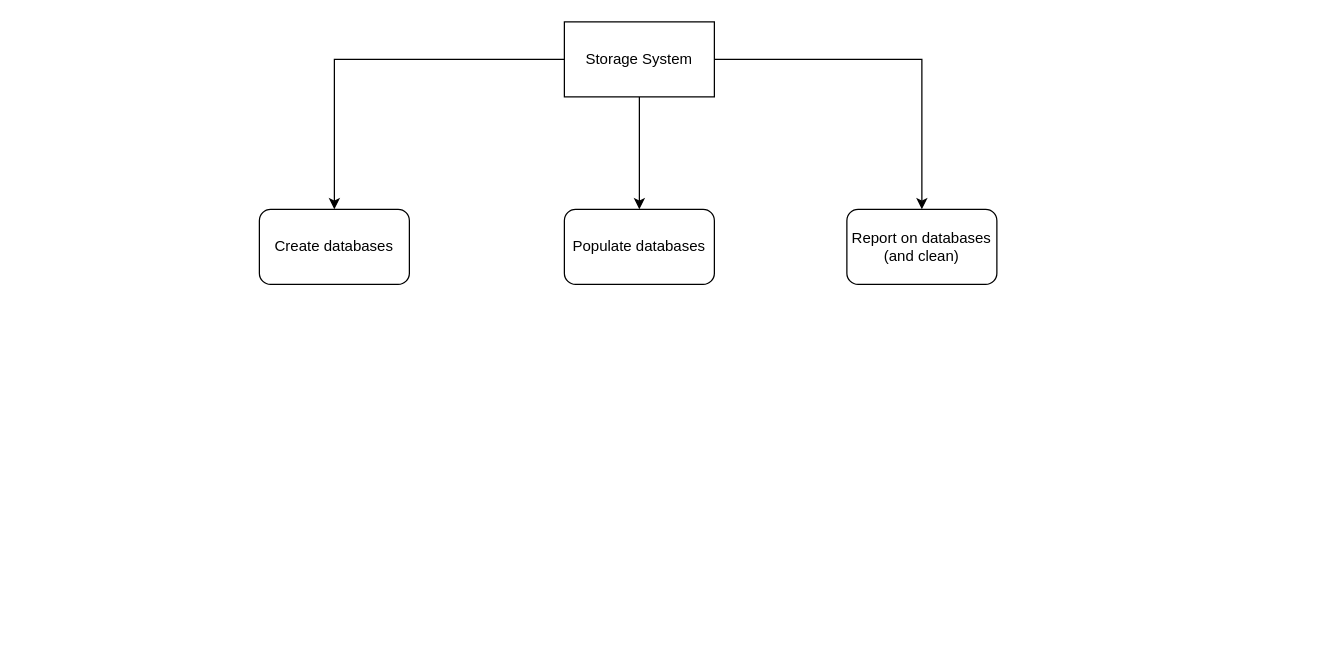
samina-bibi/DBAnalytics_ver03 keeps this draw.io diagram as StorageSystemVIP.drawio. Above is the earlier version. Source tidied: cells renumbered, new cells numbered last; positions are measured from the earlier drawing's top-left corner, leaving out a move shared by most shapes. Both pictures are drawn from the tidied source at 125%, with x=0, y=0 at pixel (259, 21).
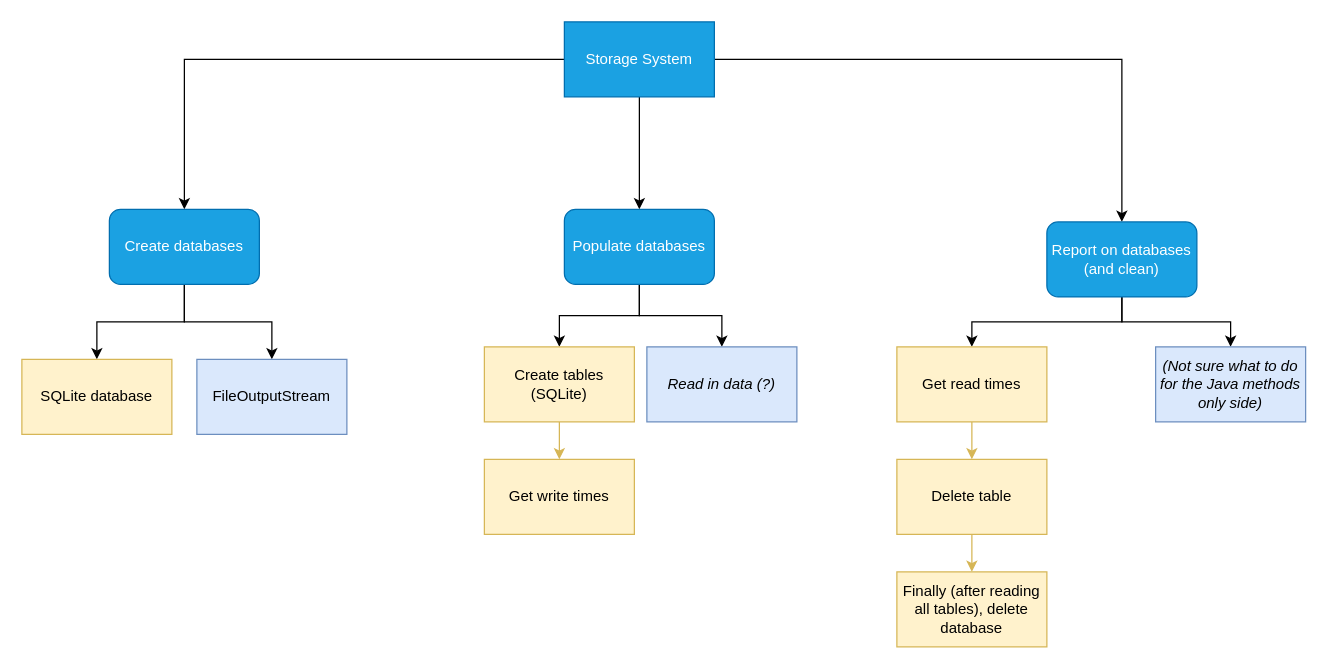
The same page after the edit.

What changed in the source:
```diff
@@
-    <mxCell id="5" value="Storage System" style="rounded=0;whiteSpace=wrap;html=1;" parent="1" vertex="1">
+    <mxCell id="5" value="Storage System" style="rounded=0;whiteSpace=wrap;html=1;fillColor=#1ba1e2;fontColor=#ffffff;strokeColor=#006EAF;" parent="1" vertex="1">
       <mxGeometry x="244" width="120" height="60" as="geometry" />
     </mxCell>
+    <mxCell id="9" style="edgeStyle=orthogonalEdgeStyle;rounded=0;jettySize=auto;html=1;" parent="1" edge="1" source="6" target="15">
+      <mxGeometry relative="1" as="geometry" />
+    </mxCell>
+    <mxCell id="10" style="edgeStyle=orthogonalEdgeStyle;rounded=0;jettySize=auto;html=1;" parent="1" edge="1" source="6" target="16">
+      <mxGeometry relative="1" as="geometry" />
+    </mxCell>
-    <mxCell id="6" value="Create databases" style="rounded=1;whiteSpace=wrap;html=1;" parent="1" vertex="1">
-      <mxGeometry y="150" width="120" height="60" as="geometry" />
+    <mxCell id="6" value="Create databases" style="rounded=1;whiteSpace=wrap;html=1;fillColor=#1ba1e2;fontColor=#ffffff;strokeColor=#006EAF;" parent="1" vertex="1">
+      <mxGeometry x="-120" y="150" width="120" height="60" as="geometry" />
     </mxCell>
+    <mxCell id="11" style="edgeStyle=orthogonalEdgeStyle;rounded=0;jettySize=auto;html=1;entryX=0.5;entryY=0;entryDx=0;entryDy=0;" parent="1" edge="1" source="7" target="18">
+      <mxGeometry relative="1" as="geometry" />
+    </mxCell>
+    <mxCell id="12" style="edgeStyle=orthogonalEdgeStyle;rounded=0;jettySize=auto;html=1;" parent="1" edge="1" source="7" target="19">
+      <mxGeometry relative="1" as="geometry" />
+    </mxCell>
-    <mxCell id="7" value="Populate databases" style="rounded=1;whiteSpace=wrap;html=1;" parent="1" vertex="1">
+    <mxCell id="7" value="Populate databases" style="rounded=1;whiteSpace=wrap;html=1;fillColor=#1ba1e2;fontColor=#ffffff;strokeColor=#006EAF;" parent="1" vertex="1">
       <mxGeometry x="244" y="150" width="120" height="60" as="geometry" />
     </mxCell>
+    <mxCell id="13" style="edgeStyle=orthogonalEdgeStyle;rounded=0;jettySize=auto;html=1;" parent="1" edge="1" source="8" target="21">
+      <mxGeometry relative="1" as="geometry" />
+    </mxCell>
+    <mxCell id="14" style="edgeStyle=orthogonalEdgeStyle;rounded=0;jettySize=auto;html=1;" parent="1" edge="1" source="8" target="26">
+      <mxGeometry relative="1" as="geometry" />
+    </mxCell>
-    <mxCell id="8" value="Report on databases (and clean)" style="rounded=1;whiteSpace=wrap;html=1;" parent="1" vertex="1">
-      <mxGeometry x="470" y="150" width="120" height="60" as="geometry" />
+    <mxCell id="8" value="Report on databases (and clean)" style="rounded=1;whiteSpace=wrap;html=1;fillColor=#1ba1e2;fontColor=#ffffff;strokeColor=#006EAF;" parent="1" vertex="1">
+      <mxGeometry x="630" y="160" width="120" height="60" as="geometry" />
     </mxCell>
+    <mxCell id="15" value="SQLite database" style="rounded=0;whiteSpace=wrap;html=1;fillColor=#fff2cc;strokeColor=#d6b656;" parent="1" vertex="1">
+      <mxGeometry x="-190" y="270" width="120" height="60" as="geometry" />
+    </mxCell>
+    <mxCell id="16" value="FileOutputStream" style="rounded=0;whiteSpace=wrap;html=1;fillColor=#dae8fc;strokeColor=#6c8ebf;" parent="1" vertex="1">
+      <mxGeometry x="-50" y="270" width="120" height="60" as="geometry" />
+    </mxCell>
+    <mxCell id="17" style="edgeStyle=orthogonalEdgeStyle;rounded=0;jettySize=auto;html=1;fillColor=#fff2cc;strokeColor=#d6b656;" parent="1" edge="1" source="18" target="22">
+      <mxGeometry relative="1" as="geometry" />
+    </mxCell>
+    <mxCell id="18" value="Create tables (SQLite)" style="rounded=0;whiteSpace=wrap;html=1;fillColor=#fff2cc;strokeColor=#d6b656;" parent="1" vertex="1">
+      <mxGeometry x="180" y="260" width="120" height="60" as="geometry" />
+    </mxCell>
+    <mxCell id="19" value="&lt;i&gt;Read in data (?)&lt;/i&gt;" style="rounded=0;whiteSpace=wrap;html=1;fillColor=#dae8fc;strokeColor=#6c8ebf;" parent="1" vertex="1">
+      <mxGeometry x="310" y="260" width="120" height="60" as="geometry" />
+    </mxCell>
+    <mxCell id="20" style="edgeStyle=orthogonalEdgeStyle;rounded=0;jettySize=auto;html=1;fillColor=#fff2cc;strokeColor=#d6b656;" parent="1" edge="1" source="21" target="24">
+      <mxGeometry relative="1" as="geometry" />
+    </mxCell>
+    <mxCell id="21" value="Get read times" style="rounded=0;whiteSpace=wrap;html=1;fillColor=#fff2cc;strokeColor=#d6b656;" parent="1" vertex="1">
+      <mxGeometry x="510" y="260" width="120" height="60" as="geometry" />
+    </mxCell>
+    <mxCell id="22" value="Get write times" style="whiteSpace=wrap;html=1;rounded=0;fillColor=#fff2cc;strokeColor=#d6b656;" parent="1" vertex="1">
+      <mxGeometry x="180" y="350" width="120" height="60" as="geometry" />
+    </mxCell>
+    <mxCell id="23" style="edgeStyle=orthogonalEdgeStyle;rounded=0;jettySize=auto;html=1;fillColor=#fff2cc;strokeColor=#d6b656;" parent="1" edge="1" source="24" target="25">
+      <mxGeometry relative="1" as="geometry" />
+    </mxCell>
+    <mxCell id="24" value="Delete table" style="whiteSpace=wrap;html=1;rounded=0;fillColor=#fff2cc;strokeColor=#d6b656;" parent="1" vertex="1">
+      <mxGeometry x="510" y="350" width="120" height="60" as="geometry" />
+    </mxCell>
+    <mxCell id="25" value="Finally (after reading all tables), delete database" style="whiteSpace=wrap;html=1;rounded=0;fillColor=#fff2cc;strokeColor=#d6b656;" parent="1" vertex="1">
+      <mxGeometry x="510" y="440" width="120" height="60" as="geometry" />
+    </mxCell>
+    <mxCell id="26" value="&lt;i&gt;(Not sure what to do for the Java methods only side)&lt;/i&gt;" style="rounded=0;whiteSpace=wrap;html=1;fillColor=#dae8fc;strokeColor=#6c8ebf;" parent="1" vertex="1">
+      <mxGeometry x="717" y="260" width="120" height="60" as="geometry" />
+    </mxCell>
```
